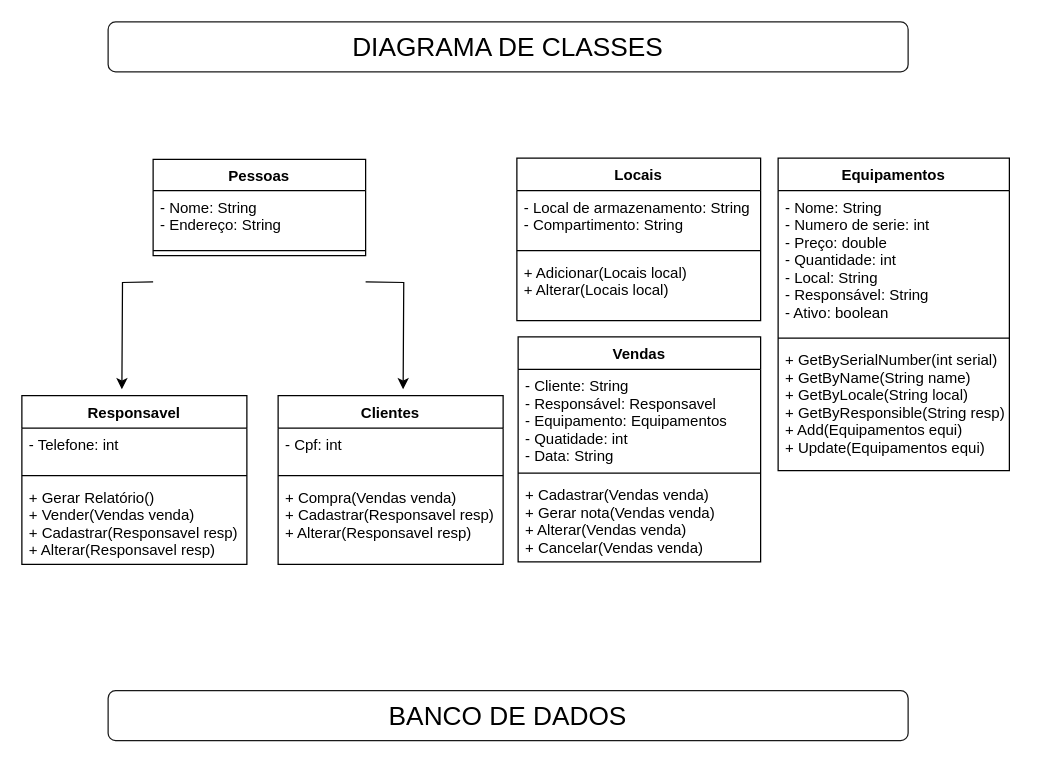
Edsonalencar/HauseTech keeps this draw.io diagram as Diagrama sem nome.drawio. Above is the earlier version. Source tidied: cells renumbered, new cells numbered last; positions are measured from the earlier drawing's top-left corner, leaving out a move shared by most shapes. Both pictures are drawn from the tidied source at 125%, with x=0, y=0 at pixel (21, 21).
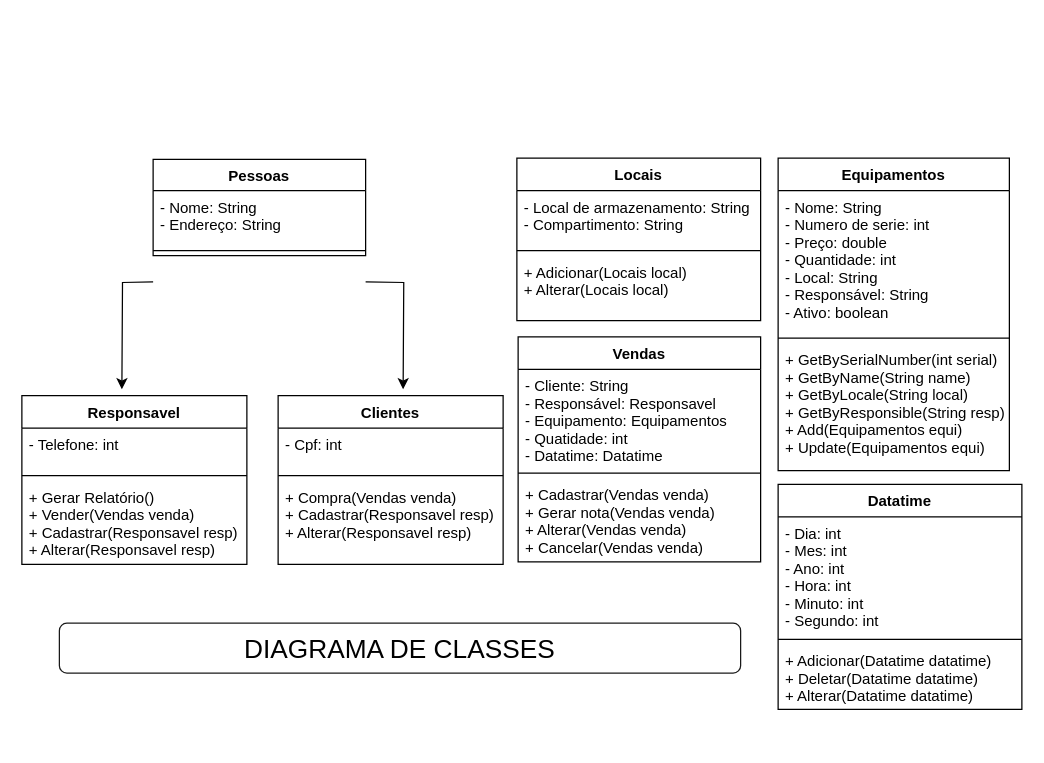
The same page after the edit.

Commit message:
adiciona classe Datatime

Unchanged cells that the change refers to:
```xml
<mxCell id="18" value="Vendas" style="swimlane;fontStyle=1;align=center;verticalAlign=top;horizontal=1;startSize=26;" parent="1" vertex="1">
  <mxGeometry x="397" y="252" width="194" height="180" as="geometry" />
</mxCell>
```

Diff of the diagram source:
```diff
@@
-    <mxCell id="19" value="- Cliente: String&#10;- Responsável: Responsavel&#10;- Equipamento: Equipamentos&#10;- Quatidade: int&#10;- Data: String" style="text;strokeColor=none;fillColor=none;align=left;verticalAlign=top;spacingLeft=4;spacingRight=4;overflow=hidden;" parent="18" vertex="1">
+    <mxCell id="19" value="- Cliente: String&#10;- Responsável: Responsavel&#10;- Equipamento: Equipamentos&#10;- Quatidade: int&#10;- Datatime: Datatime" style="text;strokeColor=none;fillColor=none;align=left;verticalAlign=top;spacingLeft=4;spacingRight=4;overflow=hidden;" parent="18" vertex="1">
       <mxGeometry y="26" width="194" height="79" as="geometry" />
     </mxCell>
@@
     <mxCell id="27" value="&lt;font style=&quot;font-size: 21px;&quot;&gt;DIAGRAMA DE CLASSES&lt;/font&gt;" style="rounded=1;whiteSpace=wrap;html=1;strokeWidth=1;opacity=90;" parent="1" vertex="1">
-      <mxGeometry x="69" width="640" height="40" as="geometry" />
+      <mxGeometry x="30" y="481" width="545" height="40" as="geometry" />
     </mxCell>
-    <mxCell id="28" value="&lt;font style=&quot;font-size: 21px;&quot;&gt;BANCO DE DADOS&lt;/font&gt;" style="rounded=1;whiteSpace=wrap;html=1;strokeWidth=1;opacity=90;" parent="1" vertex="1">
-      <mxGeometry x="69" y="535" width="640" height="40" as="geometry" />
-    </mxCell>
+    <mxCell id="29" value="Datatime" style="swimlane;fontStyle=1;align=center;verticalAlign=top;horizontal=1;startSize=26;" parent="1" vertex="1">
+      <mxGeometry x="605" y="370" width="195" height="180" as="geometry" />
+    </mxCell>
+    <mxCell id="30" value="- Dia: int&#10;- Mes: int&#10;- Ano: int&#10;- Hora: int&#10;- Minuto: int&#10;- Segundo: int" style="text;strokeColor=none;fillColor=none;align=left;verticalAlign=top;spacingLeft=4;spacingRight=4;overflow=hidden;" parent="29" vertex="1">
+      <mxGeometry y="26" width="195" height="94" as="geometry" />
+    </mxCell>
+    <mxCell id="31" style="line;strokeWidth=1;fillColor=none;align=left;verticalAlign=middle;spacingTop=-1;spacingLeft=3;spacingRight=3;labelPosition=right;" parent="29" vertex="1">
+      <mxGeometry y="120" width="195" height="8" as="geometry" />
+    </mxCell>
+    <mxCell id="32" value="+ Adicionar(Datatime datatime)&#10;+ Deletar(Datatime datatime)&#10;+ Alterar(Datatime datatime)" style="text;strokeColor=none;fillColor=none;align=left;verticalAlign=top;spacingLeft=4;spacingRight=4;overflow=hidden;" parent="29" vertex="1">
+      <mxGeometry y="128" width="195" height="52" as="geometry" />
+    </mxCell>
```
